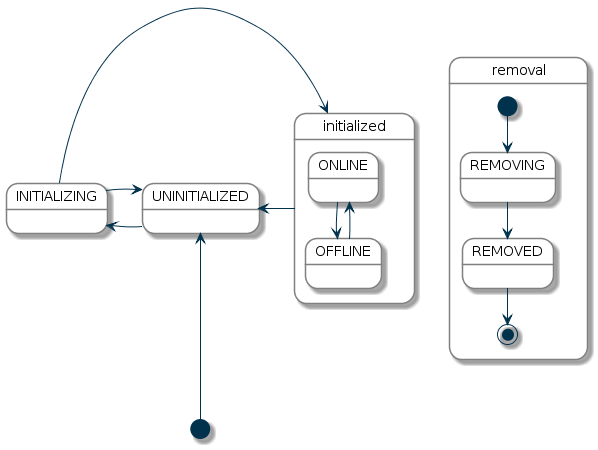
eclipse-archived/smarthome keeps this PlantUML diagram as docs/documentation/concepts/diagrams/status_transitions.png. Above is the earlier version. The source it was exported from:
```plantuml
@startuml
skinparam state {
  BackgroundColor White
  BorderColor Grey
  ArrowColor #01324D
  StartColor #01324D
  EndColor #01324D
}
[*] -up-> UNINITIALIZED
UNINITIALIZED -up-> INITIALIZING
INITIALIZING -down-> UNINITIALIZED
INITIALIZING -right-> initialized

state initialized {
 ONLINE --> OFFLINE
 OFFLINE --> ONLINE
}

initialized -left-> UNINITIALIZED

state removal {
 [*] --> REMOVING
 REMOVING --> REMOVED
 REMOVED --> [*]
}
@enduml
```
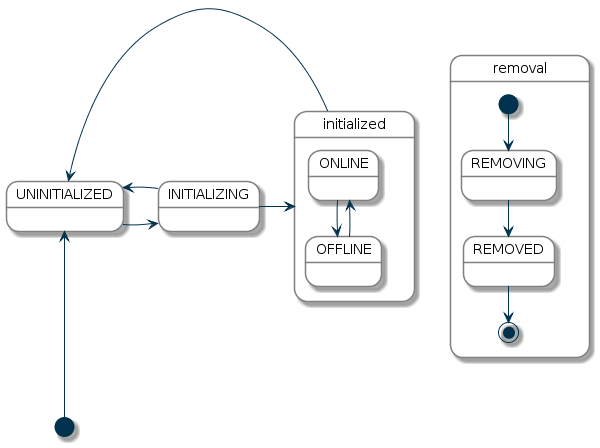
Above is the later version.

The edit, as a diff of the source:
```diff
@@ -1,4 +1,5 @@
 @startuml
+
 skinparam state {
   BackgroundColor White
   BorderColor Grey
@@ -7,8 +8,8 @@
   EndColor #01324D
 }
 [*] -up-> UNINITIALIZED
-UNINITIALIZED -up-> INITIALIZING
-INITIALIZING -down-> UNINITIALIZED
+UNINITIALIZED -right-> INITIALIZING
+INITIALIZING -left-> UNINITIALIZED
 INITIALIZING -right-> initialized
 
 state initialized {
```
